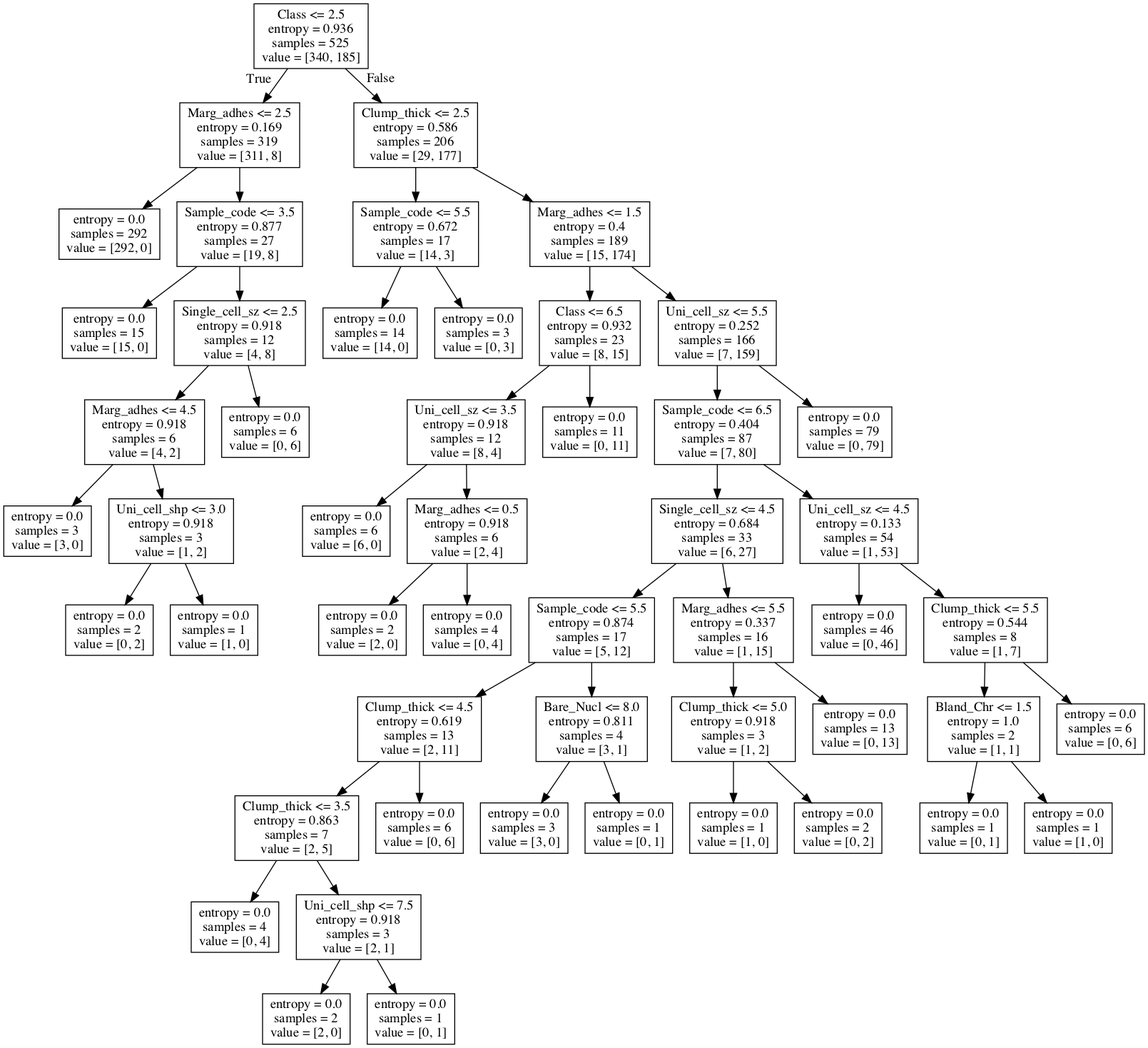
mutecypher/DataSci-420 keeps this Graphviz diagram as dtree.png. Above is the earlier version. Its source is kept beside it as dtree.dot.
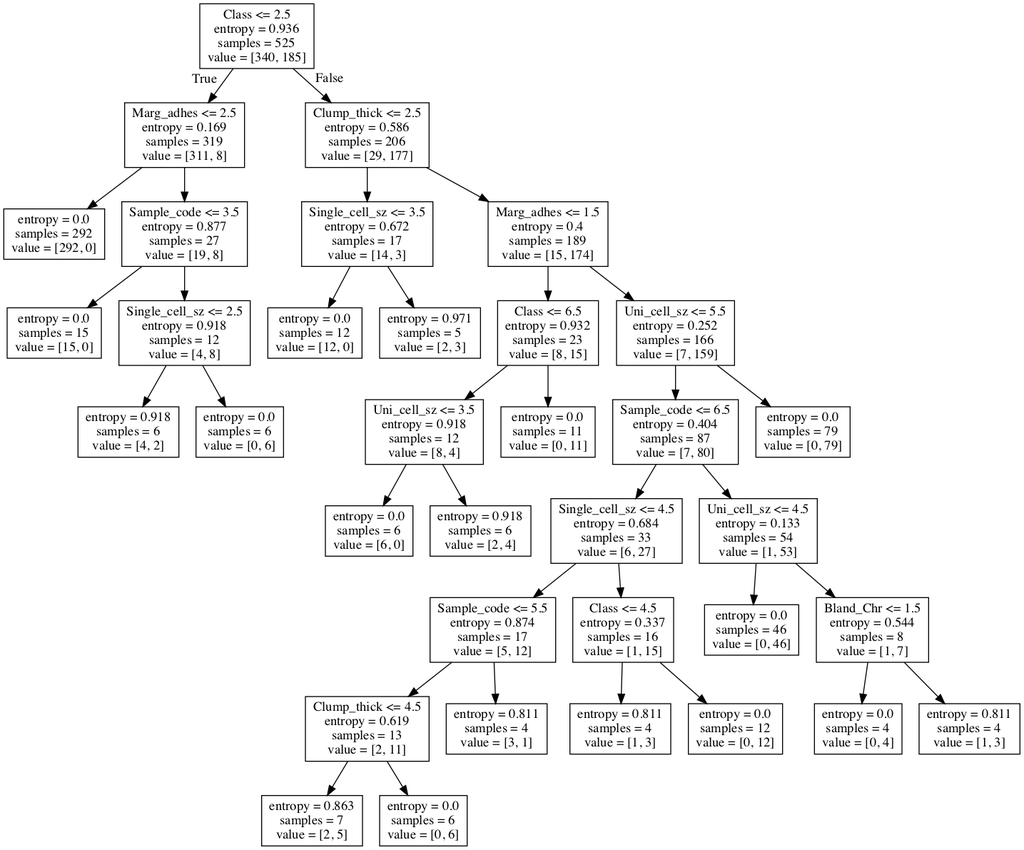
The same diagram one commit later.

Change to the diagram source:
```diff
@@ -11,94 +11,62 @@
 3 -> 4 ;
 5 [label="Single_cell_sz <= 2.5\nentropy = 0.918\nsamples = 12\nvalue = [4, 8]"] ;
 3 -> 5 ;
-6 [label="Marg_adhes <= 4.5\nentropy = 0.918\nsamples = 6\nvalue = [4, 2]"] ;
+6 [label="entropy = 0.918\nsamples = 6\nvalue = [4, 2]"] ;
 5 -> 6 ;
-7 [label="entropy = 0.0\nsamples = 3\nvalue = [3, 0]"] ;
-6 -> 7 ;
-8 [label="Uni_cell_shp <= 3.0\nentropy = 0.918\nsamples = 3\nvalue = [1, 2]"] ;
-6 -> 8 ;
-9 [label="entropy = 0.0\nsamples = 2\nvalue = [0, 2]"] ;
+7 [label="entropy = 0.0\nsamples = 6\nvalue = [0, 6]"] ;
+5 -> 7 ;
+8 [label="Clump_thick <= 2.5\nentropy = 0.586\nsamples = 206\nvalue = [29, 177]"] ;
+0 -> 8 [labeldistance=2.5, labelangle=-45, headlabel="False"] ;
+9 [label="Single_cell_sz <= 3.5\nentropy = 0.672\nsamples = 17\nvalue = [14, 3]"] ;
 8 -> 9 ;
-10 [label="entropy = 0.0\nsamples = 1\nvalue = [1, 0]"] ;
-8 -> 10 ;
-11 [label="entropy = 0.0\nsamples = 6\nvalue = [0, 6]"] ;
-5 -> 11 ;
-12 [label="Clump_thick <= 2.5\nentropy = 0.586\nsamples = 206\nvalue = [29, 177]"] ;
-0 -> 12 [labeldistance=2.5, labelangle=-45, headlabel="False"] ;
-13 [label="Sample_code <= 5.5\nentropy = 0.672\nsamples = 17\nvalue = [14, 3]"] ;
+10 [label="entropy = 0.0\nsamples = 12\nvalue = [12, 0]"] ;
+9 -> 10 ;
+11 [label="entropy = 0.971\nsamples = 5\nvalue = [2, 3]"] ;
+9 -> 11 ;
+12 [label="Marg_adhes <= 1.5\nentropy = 0.4\nsamples = 189\nvalue = [15, 174]"] ;
+8 -> 12 ;
+13 [label="Class <= 6.5\nentropy = 0.932\nsamples = 23\nvalue = [8, 15]"] ;
 12 -> 13 ;
-14 [label="entropy = 0.0\nsamples = 14\nvalue = [14, 0]"] ;
+14 [label="Uni_cell_sz <= 3.5\nentropy = 0.918\nsamples = 12\nvalue = [8, 4]"] ;
 13 -> 14 ;
-15 [label="entropy = 0.0\nsamples = 3\nvalue = [0, 3]"] ;
-13 -> 15 ;
-16 [label="Marg_adhes <= 1.5\nentropy = 0.4\nsamples = 189\nvalue = [15, 174]"] ;
-12 -> 16 ;
-17 [label="Class <= 6.5\nentropy = 0.932\nsamples = 23\nvalue = [8, 15]"] ;
-16 -> 17 ;
-18 [label="Uni_cell_sz <= 3.5\nentropy = 0.918\nsamples = 12\nvalue = [8, 4]"] ;
-17 -> 18 ;
-19 [label="entropy = 0.0\nsamples = 6\nvalue = [6, 0]"] ;
+15 [label="entropy = 0.0\nsamples = 6\nvalue = [6, 0]"] ;
+14 -> 15 ;
+16 [label="entropy = 0.918\nsamples = 6\nvalue = [2, 4]"] ;
+14 -> 16 ;
+17 [label="entropy = 0.0\nsamples = 11\nvalue = [0, 11]"] ;
+13 -> 17 ;
+18 [label="Uni_cell_sz <= 5.5\nentropy = 0.252\nsamples = 166\nvalue = [7, 159]"] ;
+12 -> 18 ;
+19 [label="Sample_code <= 6.5\nentropy = 0.404\nsamples = 87\nvalue = [7, 80]"] ;
 18 -> 19 ;
-20 [label="Marg_adhes <= 0.5\nentropy = 0.918\nsamples = 6\nvalue = [2, 4]"] ;
-18 -> 20 ;
-21 [label="entropy = 0.0\nsamples = 2\nvalue = [2, 0]"] ;
+20 [label="Single_cell_sz <= 4.5\nentropy = 0.684\nsamples = 33\nvalue = [6, 27]"] ;
+19 -> 20 ;
+21 [label="Sample_code <= 5.5\nentropy = 0.874\nsamples = 17\nvalue = [5, 12]"] ;
 20 -> 21 ;
-22 [label="entropy = 0.0\nsamples = 4\nvalue = [0, 4]"] ;
-20 -> 22 ;
-23 [label="entropy = 0.0\nsamples = 11\nvalue = [0, 11]"] ;
-17 -> 23 ;
-24 [label="Uni_cell_sz <= 5.5\nentropy = 0.252\nsamples = 166\nvalue = [7, 159]"] ;
-16 -> 24 ;
-25 [label="Sample_code <= 6.5\nentropy = 0.404\nsamples = 87\nvalue = [7, 80]"] ;
-24 -> 25 ;
-26 [label="Single_cell_sz <= 4.5\nentropy = 0.684\nsamples = 33\nvalue = [6, 27]"] ;
-25 -> 26 ;
-27 [label="Sample_code <= 5.5\nentropy = 0.874\nsamples = 17\nvalue = [5, 12]"] ;
+22 [label="Clump_thick <= 4.5\nentropy = 0.619\nsamples = 13\nvalue = [2, 11]"] ;
+21 -> 22 ;
+23 [label="entropy = 0.863\nsamples = 7\nvalue = [2, 5]"] ;
+22 -> 23 ;
+24 [label="entropy = 0.0\nsamples = 6\nvalue = [0, 6]"] ;
+22 -> 24 ;
+25 [label="entropy = 0.811\nsamples = 4\nvalue = [3, 1]"] ;
+21 -> 25 ;
+26 [label="Class <= 4.5\nentropy = 0.337\nsamples = 16\nvalue = [1, 15]"] ;
+20 -> 26 ;
+27 [label="entropy = 0.811\nsamples = 4\nvalue = [1, 3]"] ;
 26 -> 27 ;
-28 [label="Clump_thick <= 4.5\nentropy = 0.619\nsamples = 13\nvalue = [2, 11]"] ;
-27 -> 28 ;
-29 [label="Clump_thick <= 3.5\nentropy = 0.863\nsamples = 7\nvalue = [2, 5]"] ;
-28 -> 29 ;
-30 [label="entropy = 0.0\nsamples = 4\nvalue = [0, 4]"] ;
+28 [label="entropy = 0.0\nsamples = 12\nvalue = [0, 12]"] ;
+26 -> 28 ;
+29 [label="Uni_cell_sz <= 4.5\nentropy = 0.133\nsamples = 54\nvalue = [1, 53]"] ;
+19 -> 29 ;
+30 [label="entropy = 0.0\nsamples = 46\nvalue = [0, 46]"] ;
 29 -> 30 ;
-31 [label="Uni_cell_shp <= 7.5\nentropy = 0.918\nsamples = 3\nvalue = [2, 1]"] ;
+31 [label="Bland_Chr <= 1.5\nentropy = 0.544\nsamples = 8\nvalue = [1, 7]"] ;
 29 -> 31 ;
-32 [label="entropy = 0.0\nsamples = 2\nvalue = [2, 0]"] ;
+32 [label="entropy = 0.0\nsamples = 4\nvalue = [0, 4]"] ;
 31 -> 32 ;
-33 [label="entropy = 0.0\nsamples = 1\nvalue = [0, 1]"] ;
+33 [label="entropy = 0.811\nsamples = 4\nvalue = [1, 3]"] ;
 31 -> 33 ;
-34 [label="entropy = 0.0\nsamples = 6\nvalue = [0, 6]"] ;
-28 -> 34 ;
-35 [label="Bare_Nucl <= 8.0\nentropy = 0.811\nsamples = 4\nvalue = [3, 1]"] ;
-27 -> 35 ;
-36 [label="entropy = 0.0\nsamples = 3\nvalue = [3, 0]"] ;
-35 -> 36 ;
-37 [label="entropy = 0.0\nsamples = 1\nvalue = [0, 1]"] ;
-35 -> 37 ;
-38 [label="Marg_adhes <= 5.5\nentropy = 0.337\nsamples = 16\nvalue = [1, 15]"] ;
-26 -> 38 ;
-39 [label="Clump_thick <= 5.0\nentropy = 0.918\nsamples = 3\nvalue = [1, 2]"] ;
-38 -> 39 ;
-40 [label="entropy = 0.0\nsamples = 1\nvalue = [1, 0]"] ;
-39 -> 40 ;
-41 [label="entropy = 0.0\nsamples = 2\nvalue = [0, 2]"] ;
-39 -> 41 ;
-42 [label="entropy = 0.0\nsamples = 13\nvalue = [0, 13]"] ;
-38 -> 42 ;
-43 [label="Uni_cell_sz <= 4.5\nentropy = 0.133\nsamples = 54\nvalue = [1, 53]"] ;
-25 -> 43 ;
-44 [label="entropy = 0.0\nsamples = 46\nvalue = [0, 46]"] ;
-43 -> 44 ;
-45 [label="Clump_thick <= 5.5\nentropy = 0.544\nsamples = 8\nvalue = [1, 7]"] ;
-43 -> 45 ;
-46 [label="Bland_Chr <= 1.5\nentropy = 1.0\nsamples = 2\nvalue = [1, 1]"] ;
-45 -> 46 ;
-47 [label="entropy = 0.0\nsamples = 1\nvalue = [0, 1]"] ;
-46 -> 47 ;
-48 [label="entropy = 0.0\nsamples = 1\nvalue = [1, 0]"] ;
-46 -> 48 ;
-49 [label="entropy = 0.0\nsamples = 6\nvalue = [0, 6]"] ;
-45 -> 49 ;
-50 [label="entropy = 0.0\nsamples = 79\nvalue = [0, 79]"] ;
-24 -> 50 ;
+34 [label="entropy = 0.0\nsamples = 79\nvalue = [0, 79]"] ;
+18 -> 34 ;
 }
```
